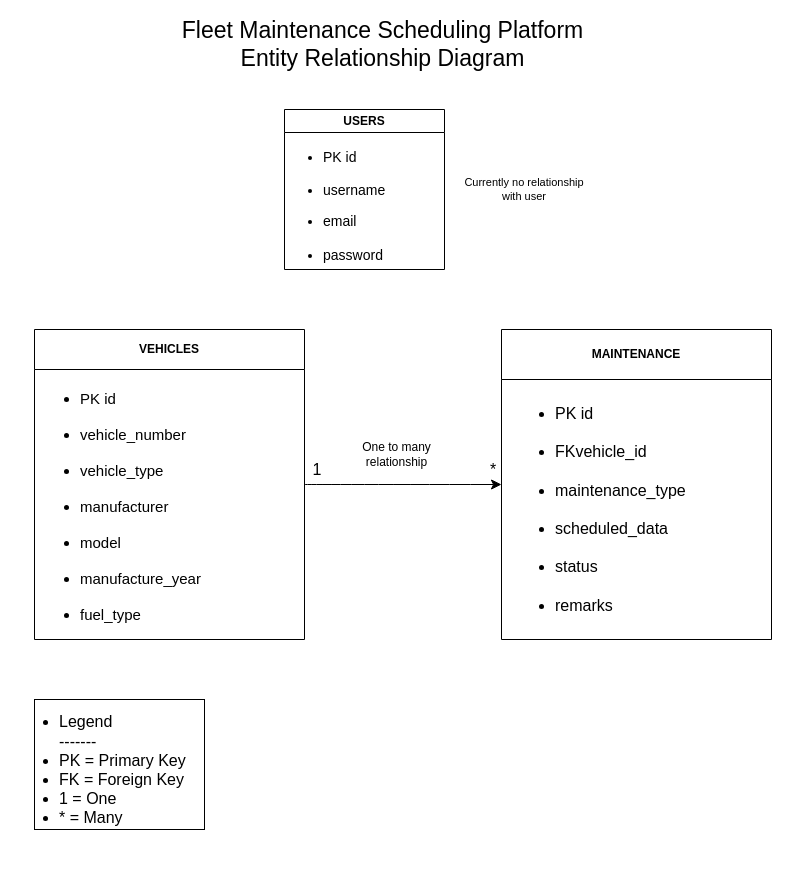
Dinesh200703/Fleet-Maintenance-Scheduling-Platform keeps this draw.io diagram as page "Page-2" (2 of 2) of docs/diagrams/ERdiagram.drawio. Above is the earlier version. Source tidied: cells renumbered, new cells numbered last; positions are measured from the earlier drawing's top-left corner, leaving out a move shared by most shapes. Both pictures are drawn from the tidied source at 100%, with x=0, y=0 at pixel (16, 29).
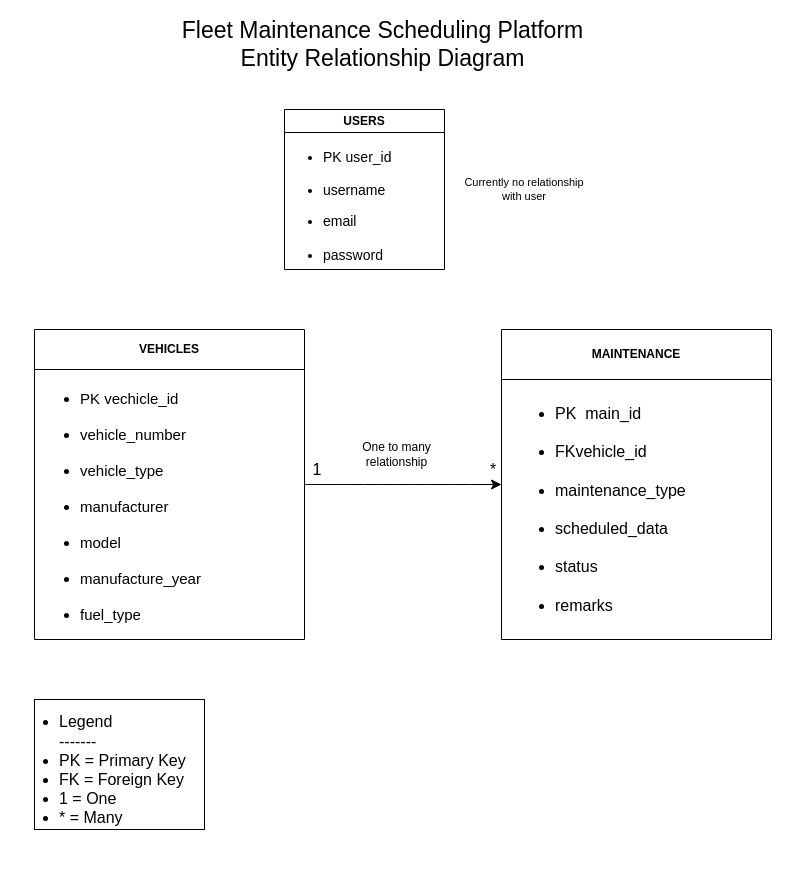
The same page after the edit.

Change to the diagram source:
```diff
@@
 <mxGraphModel>
   <root>
     <mxCell id="0" />
     <mxCell id="1" parent="0" />
     <mxCell id="2" style="rounded=0;whiteSpace=wrap;html=1;" parent="1" vertex="1">
       <mxGeometry x="18" y="670" width="170" height="130" as="geometry" />
     </mxCell>
     <mxCell id="3" value="USERS " style="swimlane;whiteSpace=wrap;html=1;" parent="1" vertex="1">
       <mxGeometry x="268" y="80" width="160" height="160" as="geometry" />
     </mxCell>
-    <mxCell id="4" value="&lt;br&gt;&lt;div&gt;&lt;ul&gt;&lt;li&gt;&lt;span style=&quot;background-color: transparent; color: light-dark(rgb(0, 0, 0), rgb(255, 255, 255));&quot;&gt;PK  id&lt;br&gt;&lt;br&gt;&lt;/span&gt;&lt;/li&gt;&lt;li&gt;&lt;span style=&quot;background-color: transparent; color: light-dark(rgb(0, 0, 0), rgb(255, 255, 255));&quot;&gt;username&lt;/span&gt;&lt;/li&gt;&lt;/ul&gt;&lt;/div&gt;&lt;div&gt;&lt;span style=&quot;background-color: transparent; color: light-dark(rgb(0, 0, 0), rgb(255, 255, 255));&quot;&gt;&lt;ul&gt;&lt;li&gt;&lt;span style=&quot;background-color: transparent; color: light-dark(rgb(0, 0, 0), rgb(255, 255, 255));&quot;&gt;email&lt;br&gt;&lt;br&gt;&lt;/span&gt;&lt;/li&gt;&lt;li&gt;&lt;span style=&quot;background-color: transparent; color: light-dark(rgb(0, 0, 0), rgb(255, 255, 255));&quot;&gt;password&lt;/span&gt;&lt;/li&gt;&lt;/ul&gt;&lt;/span&gt;&lt;/div&gt;" style="text;html=1;whiteSpace=wrap;strokeColor=none;fillColor=none;align=left;verticalAlign=middle;rounded=0;fontSize=14;" parent="3" vertex="1">
+    <mxCell id="4" value="&lt;br&gt;&lt;div&gt;&lt;ul&gt;&lt;li&gt;&lt;span style=&quot;background-color: transparent; color: light-dark(rgb(0, 0, 0), rgb(255, 255, 255));&quot;&gt;PK user_id&lt;br&gt;&lt;br&gt;&lt;/span&gt;&lt;/li&gt;&lt;li&gt;&lt;span style=&quot;background-color: transparent; color: light-dark(rgb(0, 0, 0), rgb(255, 255, 255));&quot;&gt;username&lt;/span&gt;&lt;/li&gt;&lt;/ul&gt;&lt;/div&gt;&lt;div&gt;&lt;span style=&quot;background-color: transparent; color: light-dark(rgb(0, 0, 0), rgb(255, 255, 255));&quot;&gt;&lt;ul&gt;&lt;li&gt;&lt;span style=&quot;background-color: transparent; color: light-dark(rgb(0, 0, 0), rgb(255, 255, 255));&quot;&gt;email&lt;br&gt;&lt;br&gt;&lt;/span&gt;&lt;/li&gt;&lt;li&gt;&lt;span style=&quot;background-color: transparent; color: light-dark(rgb(0, 0, 0), rgb(255, 255, 255));&quot;&gt;password&lt;/span&gt;&lt;/li&gt;&lt;/ul&gt;&lt;/span&gt;&lt;/div&gt;" style="text;html=1;whiteSpace=wrap;strokeColor=none;fillColor=none;align=left;verticalAlign=middle;rounded=0;fontSize=14;" parent="3" vertex="1">
       <mxGeometry x="-3" y="38" width="120" height="100" as="geometry" />
     </mxCell>
     <mxCell id="5" style="edgeStyle=none;curved=1;rounded=0;jettySize=auto;html=1;entryX=0;entryY=0.5;entryDx=0;entryDy=0;fontSize=12;startSize=8;endSize=8;" parent="1" edge="1" source="6" target="8">
       <mxGeometry relative="1" as="geometry" />
     </mxCell>
     <mxCell id="6" value="VEHICLES " style="swimlane;whiteSpace=wrap;html=1;startSize=40;" parent="1" vertex="1">
       <mxGeometry x="18" y="300" width="270" height="310" as="geometry" />
     </mxCell>
-    <mxCell id="7" value="&lt;ul&gt;&lt;li&gt;&lt;span style=&quot;background-color: transparent; color: light-dark(rgb(0, 0, 0), rgb(255, 255, 255));&quot;&gt;PK  id&lt;br&gt;&lt;br&gt;&lt;/span&gt;&lt;/li&gt;&lt;li&gt;&lt;span style=&quot;background-color: transparent; color: light-dark(rgb(0, 0, 0), rgb(255, 255, 255));&quot;&gt;vehicle_number&lt;br&gt;&lt;br&gt;&lt;/span&gt;&lt;/li&gt;&lt;li&gt;&lt;span style=&quot;background-color: transparent; color: light-dark(rgb(0, 0, 0), rgb(255, 255, 255));&quot;&gt;vehicle_type&lt;br&gt;&lt;br&gt;&lt;/span&gt;&lt;/li&gt;&lt;li&gt;&lt;span style=&quot;background-color: transparent; color: light-dark(rgb(0, 0, 0), rgb(255, 255, 255));&quot;&gt;manufacturer&lt;br&gt;&lt;/span&gt;&amp;nbsp;&lt;/li&gt;&lt;li&gt;&lt;span style=&quot;background-color: transparent; color: light-dark(rgb(0, 0, 0), rgb(255, 255, 255));&quot;&gt;model&amp;nbsp;&lt;br&gt;&lt;br&gt;&lt;/span&gt;&lt;/li&gt;&lt;li&gt;&lt;span style=&quot;background-color: transparent; color: light-dark(rgb(0, 0, 0), rgb(255, 255, 255));&quot;&gt;manufacture_year&lt;br&gt;&lt;/span&gt;&amp;nbsp;&amp;nbsp;&lt;/li&gt;&lt;li&gt;&lt;span style=&quot;background-color: transparent; color: light-dark(rgb(0, 0, 0), rgb(255, 255, 255));&quot;&gt;fuel_type&amp;nbsp;&lt;/span&gt;&lt;/li&gt;&lt;/ul&gt;" style="text;html=1;whiteSpace=wrap;strokeColor=none;fillColor=none;align=left;verticalAlign=middle;rounded=0;fontSize=15;" parent="6" vertex="1">
+    <mxCell id="7" value="&lt;ul&gt;&lt;li&gt;&lt;span style=&quot;background-color: transparent; color: light-dark(rgb(0, 0, 0), rgb(255, 255, 255));&quot;&gt;PK vechicle_id&lt;br&gt;&lt;br&gt;&lt;/span&gt;&lt;/li&gt;&lt;li&gt;&lt;span style=&quot;background-color: transparent; color: light-dark(rgb(0, 0, 0), rgb(255, 255, 255));&quot;&gt;vehicle_number&lt;br&gt;&lt;br&gt;&lt;/span&gt;&lt;/li&gt;&lt;li&gt;&lt;span style=&quot;background-color: transparent; color: light-dark(rgb(0, 0, 0), rgb(255, 255, 255));&quot;&gt;vehicle_type&lt;br&gt;&lt;br&gt;&lt;/span&gt;&lt;/li&gt;&lt;li&gt;&lt;span style=&quot;background-color: transparent; color: light-dark(rgb(0, 0, 0), rgb(255, 255, 255));&quot;&gt;manufacturer&lt;br&gt;&lt;/span&gt;&amp;nbsp;&lt;/li&gt;&lt;li&gt;&lt;span style=&quot;background-color: transparent; color: light-dark(rgb(0, 0, 0), rgb(255, 255, 255));&quot;&gt;model&amp;nbsp;&lt;br&gt;&lt;br&gt;&lt;/span&gt;&lt;/li&gt;&lt;li&gt;&lt;span style=&quot;background-color: transparent; color: light-dark(rgb(0, 0, 0), rgb(255, 255, 255));&quot;&gt;manufacture_year&lt;br&gt;&lt;/span&gt;&amp;nbsp;&amp;nbsp;&lt;/li&gt;&lt;li&gt;&lt;span style=&quot;background-color: transparent; color: light-dark(rgb(0, 0, 0), rgb(255, 255, 255));&quot;&gt;fuel_type&amp;nbsp;&lt;/span&gt;&lt;/li&gt;&lt;/ul&gt;" style="text;html=1;whiteSpace=wrap;strokeColor=none;fillColor=none;align=left;verticalAlign=middle;rounded=0;fontSize=15;" parent="6" vertex="1">
       <mxGeometry x="4" y="58" width="135" height="237" as="geometry" />
     </mxCell>
     <mxCell id="8" value=" MAINTENANCE " style="swimlane;whiteSpace=wrap;html=1;startSize=50;" parent="1" vertex="1">
       <mxGeometry x="485" y="300" width="270" height="310" as="geometry" />
     </mxCell>
-    <mxCell id="9" value="&lt;ul&gt;&lt;li&gt;&lt;span style=&quot;background-color: transparent; color: light-dark(rgb(0, 0, 0), rgb(255, 255, 255));&quot;&gt;PK  id&lt;br&gt;&lt;br&gt;&lt;/span&gt;&lt;/li&gt;&lt;li&gt;&lt;span style=&quot;background-color: transparent; color: light-dark(rgb(0, 0, 0), rgb(255, 255, 255));&quot;&gt;FK&lt;/span&gt;&lt;span style=&quot;background-color: transparent; color: light-dark(rgb(0, 0, 0), rgb(255, 255, 255));&quot;&gt;vehicle_id&lt;br&gt;&lt;br&gt;&lt;/span&gt;&lt;/li&gt;&lt;li&gt;&lt;span style=&quot;background-color: transparent; color: light-dark(rgb(0, 0, 0), rgb(255, 255, 255));&quot;&gt;maintenance_type&lt;br&gt;&lt;br&gt;&lt;/span&gt;&lt;/li&gt;&lt;li&gt;&lt;span style=&quot;background-color: transparent; color: light-dark(rgb(0, 0, 0), rgb(255, 255, 255));&quot;&gt;scheduled_data&lt;br&gt;&lt;br&gt;&lt;/span&gt;&lt;/li&gt;&lt;li&gt;&lt;span style=&quot;background-color: transparent; color: light-dark(rgb(0, 0, 0), rgb(255, 255, 255));&quot;&gt;status&lt;br&gt;&lt;br&gt;&lt;/span&gt;&lt;/li&gt;&lt;li&gt;&lt;span style=&quot;background-color: transparent; color: light-dark(rgb(0, 0, 0), rgb(255, 255, 255));&quot;&gt;remarks&amp;nbsp;&lt;/span&gt;&lt;/li&gt;&lt;/ul&gt;" style="text;html=1;whiteSpace=wrap;strokeColor=none;fillColor=none;align=left;verticalAlign=middle;rounded=0;fontSize=16;" parent="8" vertex="1">
+    <mxCell id="9" value="&lt;ul&gt;&lt;li&gt;&lt;span style=&quot;background-color: transparent; color: light-dark(rgb(0, 0, 0), rgb(255, 255, 255));&quot;&gt;PK&amp;nbsp; main_id&lt;br&gt;&lt;br&gt;&lt;/span&gt;&lt;/li&gt;&lt;li&gt;&lt;span style=&quot;background-color: transparent; color: light-dark(rgb(0, 0, 0), rgb(255, 255, 255));&quot;&gt;FK&lt;/span&gt;&lt;span style=&quot;background-color: transparent; color: light-dark(rgb(0, 0, 0), rgb(255, 255, 255));&quot;&gt;vehicle_id&lt;br&gt;&lt;br&gt;&lt;/span&gt;&lt;/li&gt;&lt;li&gt;&lt;span style=&quot;background-color: transparent; color: light-dark(rgb(0, 0, 0), rgb(255, 255, 255));&quot;&gt;maintenance_type&lt;br&gt;&lt;br&gt;&lt;/span&gt;&lt;/li&gt;&lt;li&gt;&lt;span style=&quot;background-color: transparent; color: light-dark(rgb(0, 0, 0), rgb(255, 255, 255));&quot;&gt;scheduled_data&lt;br&gt;&lt;br&gt;&lt;/span&gt;&lt;/li&gt;&lt;li&gt;&lt;span style=&quot;background-color: transparent; color: light-dark(rgb(0, 0, 0), rgb(255, 255, 255));&quot;&gt;status&lt;br&gt;&lt;br&gt;&lt;/span&gt;&lt;/li&gt;&lt;li&gt;&lt;span style=&quot;background-color: transparent; color: light-dark(rgb(0, 0, 0), rgb(255, 255, 255));&quot;&gt;remarks&amp;nbsp;&lt;/span&gt;&lt;/li&gt;&lt;/ul&gt;" style="text;html=1;whiteSpace=wrap;strokeColor=none;fillColor=none;align=left;verticalAlign=middle;rounded=0;fontSize=16;" parent="8" vertex="1">
       <mxGeometry x="12" y="110" width="180" height="140" as="geometry" />
     </mxCell>
     <mxCell id="10" value="1" style="text;html=1;whiteSpace=wrap;strokeColor=none;fillColor=none;align=center;verticalAlign=middle;rounded=0;fontSize=16;" parent="1" vertex="1">
       <mxGeometry x="281" y="430" width="40" height="20" as="geometry" />
     </mxCell>
     <mxCell id="11" value="*" style="text;html=1;whiteSpace=wrap;strokeColor=none;fillColor=none;align=center;verticalAlign=middle;rounded=0;fontSize=16;" parent="1" vertex="1">
       <mxGeometry x="457" y="430" width="40" height="20" as="geometry" />
     </mxCell>
     <mxCell id="12" value="&lt;ul&gt;&lt;li&gt;Legend&lt;br&gt;-------&lt;/li&gt;&lt;li&gt;PK = Primary Key&lt;/li&gt;&lt;li&gt;FK = Foreign Key&lt;/li&gt;&lt;li&gt;1  = One&lt;/li&gt;&lt;li&gt;*  = Many&lt;/li&gt;&lt;/ul&gt;&lt;div&gt;&lt;br&gt;&lt;/div&gt;" style="text;html=1;whiteSpace=wrap;strokeColor=none;fillColor=none;align=left;verticalAlign=middle;rounded=0;fontSize=16;" parent="1" vertex="1">
       <mxGeometry x="0.5" y="710" width="187.5" height="80" as="geometry" />
     </mxCell>
     <mxCell id="13" value="Fleet Maintenance Scheduling Platform&lt;br&gt;                      Entity Relationship Diagram" style="text;html=1;whiteSpace=wrap;strokeColor=none;fillColor=none;align=center;verticalAlign=middle;rounded=0;fontSize=23;" parent="1" vertex="1">
       <mxGeometry x="136.5" width="458.5" height="30" as="geometry" />
     </mxCell>
     <mxCell id="14" value="Currently no relationship with user" style="text;html=1;whiteSpace=wrap;strokeColor=none;fillColor=none;align=center;verticalAlign=middle;rounded=0;fontSize=11;" parent="1" vertex="1">
       <mxGeometry x="438" y="126" width="140" height="68" as="geometry" />
     </mxCell>
     <mxCell id="15" value="One to many relationship" style="text;html=1;whiteSpace=wrap;strokeColor=none;fillColor=none;align=center;verticalAlign=middle;rounded=0;fontSize=12;" parent="1" vertex="1">
       <mxGeometry x="313" y="410" width="135" height="30" as="geometry" />
     </mxCell>
   </root>
 </mxGraphModel>
```
